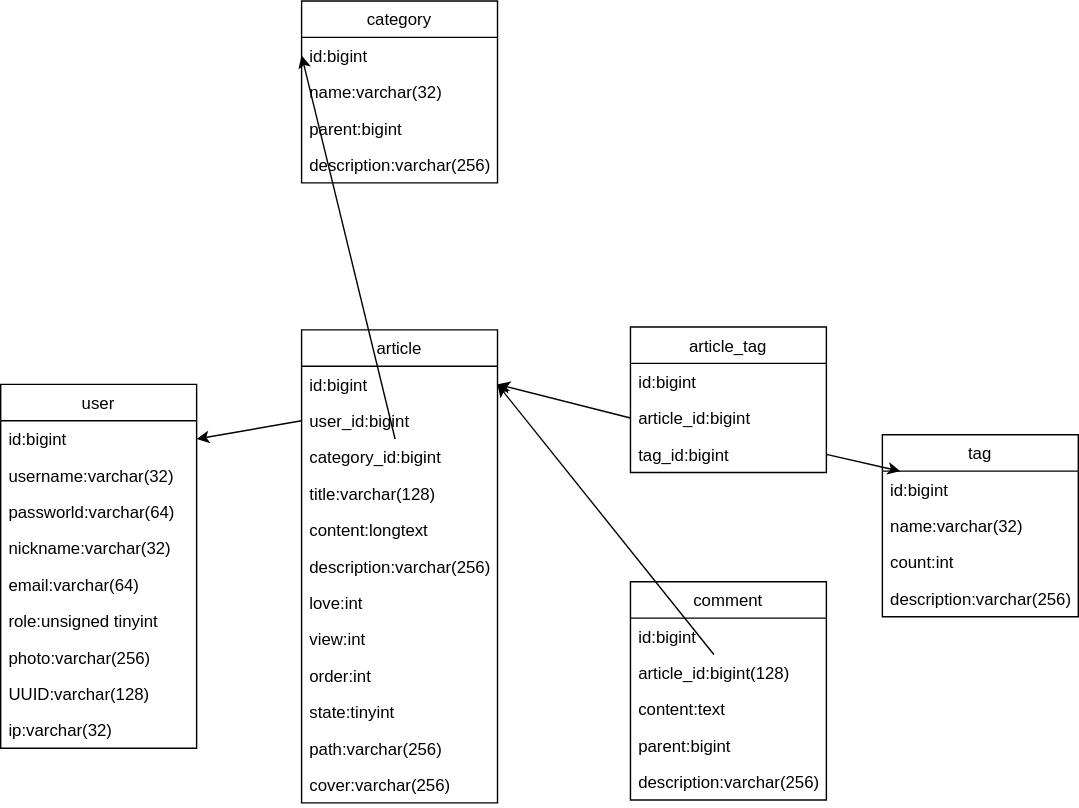
The draw.io diagram blog/博客/draw/logic.drawio.svg in Estom/notes, before a commit. Source tidied: cells renumbered, new cells last; positions are measured from the earlier drawing's top-left corner, leaving out a move shared by most shapes.
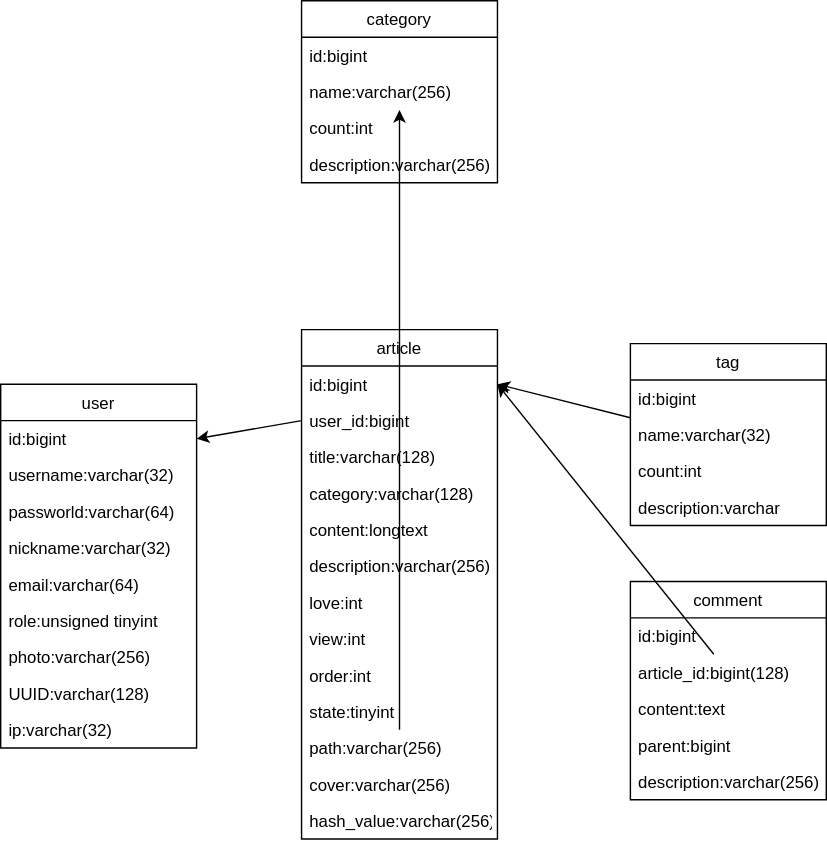
After the change.

Change to the diagram source:
```diff
@@ -33,7 +33,7 @@
       <mxGeometry y="234" width="140" height="26" as="geometry" />
     </mxCell>
     <mxCell id="12" value="article" style="swimlane;fontStyle=0;horizontal=1;startSize=26;fillColor=none;" parent="1" vertex="1">
-      <mxGeometry x="215" y="235" width="140" height="338" as="geometry" />
+      <mxGeometry x="215" y="235" width="140" height="364" as="geometry" />
     </mxCell>
     <mxCell id="13" value="id:bigint" style="text;strokeColor=none;fillColor=none;align=left;verticalAlign=top;spacingLeft=4;spacingRight=4;overflow=hidden;points=[[0,0.5],[1,0.5]];portConstraint=eastwest;" parent="12" vertex="1">
       <mxGeometry y="26" width="140" height="26" as="geometry" />
@@ -41,12 +41,12 @@
     <mxCell id="14" value="user_id:bigint" style="text;strokeColor=none;fillColor=none;align=left;verticalAlign=top;spacingLeft=4;spacingRight=4;overflow=hidden;points=[[0,0.5],[1,0.5]];portConstraint=eastwest;" parent="12" vertex="1">
       <mxGeometry y="52" width="140" height="26" as="geometry" />
     </mxCell>
-    <mxCell id="15" value="category_id:bigint" style="text;strokeColor=none;fillColor=none;align=left;verticalAlign=top;spacingLeft=4;spacingRight=4;overflow=hidden;points=[[0,0.5],[1,0.5]];portConstraint=eastwest;" parent="12" vertex="1">
-      <mxGeometry y="78" width="140" height="26" as="geometry" />
-    </mxCell>
     <mxCell id="16" value="title:varchar(128)" style="text;strokeColor=none;fillColor=none;align=left;verticalAlign=top;spacingLeft=4;spacingRight=4;overflow=hidden;" parent="12" vertex="1">
-      <mxGeometry y="104" width="140" height="26" as="geometry" />
+      <mxGeometry y="78" width="140" height="26" as="geometry" />
     </mxCell>
+    <mxCell id="50" value="category:varchar(128)" style="text;strokeColor=none;fillColor=none;align=left;verticalAlign=top;spacingLeft=4;spacingRight=4;overflow=hidden;" parent="12" vertex="1">
+      <mxGeometry y="104" width="140" height="26" as="geometry" />
+    </mxCell>
     <mxCell id="17" value="content:longtext" style="text;strokeColor=none;fillColor=none;align=left;verticalAlign=top;spacingLeft=4;spacingRight=4;overflow=hidden;" parent="12" vertex="1">
       <mxGeometry y="130" width="140" height="26" as="geometry" />
     </mxCell>
@@ -71,8 +71,11 @@
     <mxCell id="24" value="cover:varchar(256)" style="text;strokeColor=none;fillColor=none;align=left;verticalAlign=top;spacingLeft=4;spacingRight=4;overflow=hidden;" parent="12" vertex="1">
       <mxGeometry y="312" width="140" height="26" as="geometry" />
     </mxCell>
+    <mxCell id="51" value="hash_value:varchar(256)" style="text;strokeColor=none;fillColor=none;align=left;verticalAlign=top;spacingLeft=4;spacingRight=4;overflow=hidden;" parent="12" vertex="1">
+      <mxGeometry y="338" width="140" height="26" as="geometry" />
+    </mxCell>
     <mxCell id="25" value="tag" style="swimlane;fontStyle=0;horizontal=1;startSize=26;fillColor=none;" parent="1" vertex="1">
-      <mxGeometry x="630" y="310" width="140" height="130" as="geometry" />
+      <mxGeometry x="450" y="245" width="140" height="130" as="geometry" />
     </mxCell>
     <mxCell id="26" value="id:bigint" style="text;strokeColor=none;fillColor=none;align=left;verticalAlign=top;spacingLeft=4;spacingRight=4;overflow=hidden;points=[[0,0.5],[1,0.5]];portConstraint=eastwest;" parent="25" vertex="1">
       <mxGeometry y="26" width="140" height="26" as="geometry" />
@@ -83,21 +86,21 @@
     <mxCell id="28" value="count:int" style="text;strokeColor=none;fillColor=none;align=left;verticalAlign=top;spacingLeft=4;spacingRight=4;overflow=hidden;" parent="25" vertex="1">
       <mxGeometry y="78" width="140" height="26" as="geometry" />
     </mxCell>
-    <mxCell id="29" value="description:varchar(256)" style="text;strokeColor=none;fillColor=none;align=left;verticalAlign=top;spacingLeft=4;spacingRight=4;overflow=hidden;" parent="25" vertex="1">
-      <mxGeometry y="104" width="140" height="26" as="geometry" />
-    </mxCell>
+    <mxCell id="52" value="description:varchar" style="text;strokeColor=none;fillColor=none;align=left;verticalAlign=top;spacingLeft=4;spacingRight=4;overflow=hidden;" parent="25" vertex="1">
+      <mxGeometry y="104" width="140" height="26" as="geometry" />
+    </mxCell>
     <mxCell id="30" value="category" style="swimlane;fontStyle=0;horizontal=1;startSize=26;fillColor=none;" parent="1" vertex="1">
       <mxGeometry x="215" width="140" height="130" as="geometry" />
     </mxCell>
     <mxCell id="31" value="id:bigint" style="text;strokeColor=none;fillColor=none;align=left;verticalAlign=top;spacingLeft=4;spacingRight=4;overflow=hidden;points=[[0,0.5],[1,0.5]];portConstraint=eastwest;" parent="30" vertex="1">
       <mxGeometry y="26" width="140" height="26" as="geometry" />
     </mxCell>
-    <mxCell id="32" value="name:varchar(32)" style="text;strokeColor=none;fillColor=none;align=left;verticalAlign=top;spacingLeft=4;spacingRight=4;overflow=hidden;points=[[0,0.5],[1,0.5]];portConstraint=eastwest;" parent="30" vertex="1">
+    <mxCell id="32" value="name:varchar(256)" style="text;strokeColor=none;fillColor=none;align=left;verticalAlign=top;spacingLeft=4;spacingRight=4;overflow=hidden;points=[[0,0.5],[1,0.5]];portConstraint=eastwest;" parent="30" vertex="1">
       <mxGeometry y="52" width="140" height="26" as="geometry" />
     </mxCell>
-    <mxCell id="33" value="parent:bigint" style="text;strokeColor=none;fillColor=none;align=left;verticalAlign=top;spacingLeft=4;spacingRight=4;overflow=hidden;" parent="30" vertex="1">
-      <mxGeometry y="78" width="140" height="26" as="geometry" />
-    </mxCell>
+    <mxCell id="53" value="count:int" style="text;strokeColor=none;fillColor=none;align=left;verticalAlign=top;spacingLeft=4;spacingRight=4;overflow=hidden;" parent="30" vertex="1">
+      <mxGeometry y="78" width="140" height="26" as="geometry" />
+    </mxCell>
     <mxCell id="34" value="description:varchar(256)" style="text;strokeColor=none;fillColor=none;align=left;verticalAlign=top;spacingLeft=4;spacingRight=4;overflow=hidden;" parent="30" vertex="1">
       <mxGeometry y="104" width="140" height="26" as="geometry" />
     </mxCell>
@@ -119,31 +122,18 @@
     <mxCell id="40" value="description:varchar(256)" style="text;strokeColor=none;fillColor=none;align=left;verticalAlign=top;spacingLeft=4;spacingRight=4;overflow=hidden;" parent="35" vertex="1">
       <mxGeometry y="130" width="140" height="26" as="geometry" />
     </mxCell>
-    <mxCell id="41" style="edgeStyle=none;html=1;exitX=0;exitY=0.5;exitDx=0;exitDy=0;entryX=1;entryY=0.5;entryDx=0;entryDy=0;" parent="1" edge="1" source="44" target="13">
-      <mxGeometry relative="1" as="geometry" />
+    <mxCell id="41" style="edgeStyle=none;html=1;exitX=0;exitY=0.5;exitDx=0;exitDy=0;entryX=1;entryY=0.5;entryDx=0;entryDy=0;" parent="1" edge="1" target="13">
+      <mxGeometry relative="1" as="geometry">
+        <mxPoint x="450" y="298" as="sourcePoint" />
+      </mxGeometry>
     </mxCell>
-    <mxCell id="42" value="article_tag" style="swimlane;fontStyle=0;horizontal=1;startSize=26;fillColor=none;" parent="1" vertex="1">
-      <mxGeometry x="450" y="233" width="140" height="104" as="geometry" />
-    </mxCell>
-    <mxCell id="43" value="id:bigint" style="text;strokeColor=none;fillColor=none;align=left;verticalAlign=top;spacingLeft=4;spacingRight=4;overflow=hidden;" parent="42" vertex="1">
-      <mxGeometry y="26" width="140" height="26" as="geometry" />
-    </mxCell>
-    <mxCell id="44" value="article_id:bigint" style="text;strokeColor=none;fillColor=none;align=left;verticalAlign=top;spacingLeft=4;spacingRight=4;overflow=hidden;points=[[0,0.5],[1,0.5]];portConstraint=eastwest;" parent="42" vertex="1">
-      <mxGeometry y="52" width="140" height="26" as="geometry" />
-    </mxCell>
-    <mxCell id="45" value="tag_id:bigint" style="text;strokeColor=none;fillColor=none;align=left;verticalAlign=top;spacingLeft=4;spacingRight=4;overflow=hidden;points=[[0,0.5],[1,0.5]];portConstraint=eastwest;" parent="42" vertex="1">
-      <mxGeometry y="78" width="140" height="26" as="geometry" />
-    </mxCell>
     <mxCell id="46" style="edgeStyle=none;html=1;entryX=1;entryY=0.5;entryDx=0;entryDy=0;" parent="1" edge="1" source="37" target="13">
       <mxGeometry relative="1" as="geometry" />
     </mxCell>
-    <mxCell id="47" style="edgeStyle=none;html=1;exitX=1;exitY=0.5;exitDx=0;exitDy=0;" parent="1" edge="1" source="45" target="26">
-      <mxGeometry relative="1" as="geometry" />
-    </mxCell>
     <mxCell id="48" style="edgeStyle=none;html=1;exitX=0;exitY=0.5;exitDx=0;exitDy=0;entryX=1;entryY=0.5;entryDx=0;entryDy=0;" parent="1" edge="1" source="14" target="3">
       <mxGeometry relative="1" as="geometry" />
     </mxCell>
-    <mxCell id="49" style="edgeStyle=none;html=1;entryX=0;entryY=0.5;entryDx=0;entryDy=0;" parent="1" edge="1" source="15" target="31">
+    <mxCell id="49" style="edgeStyle=none;html=1;" parent="1" edge="1" source="23" target="32">
       <mxGeometry relative="1" as="geometry" />
     </mxCell>
   </root>
```
